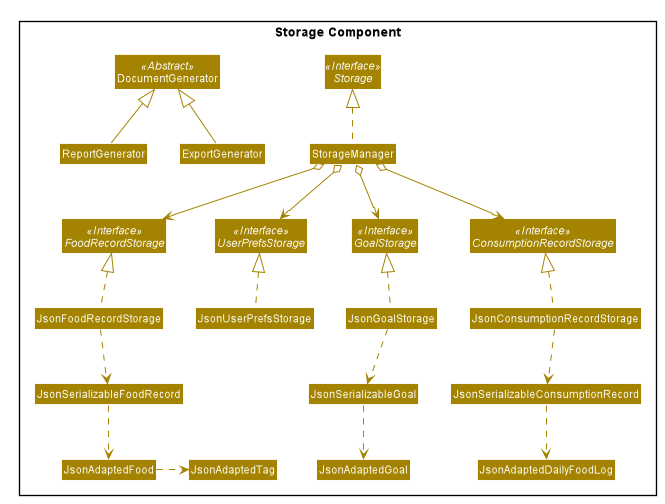
Earlier version of the PlantUML export images/StorageClassDiagram.png (AY1920S2-CS2103T-F11-1/main).
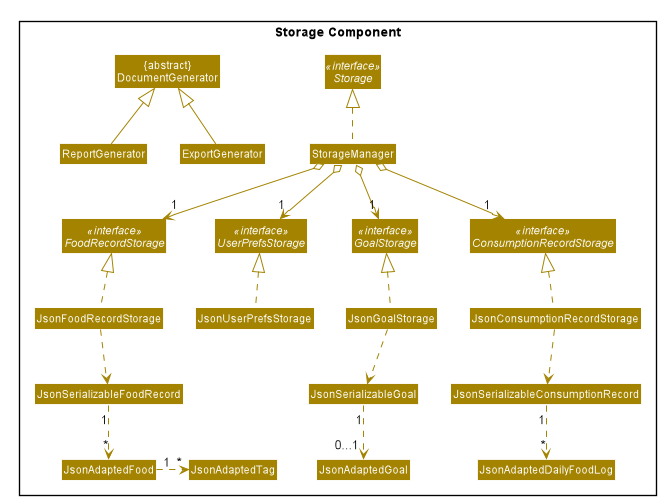
The same diagram one commit later.

Change to the diagram source:
```diff
@@ -52,13 +52,13 @@
 skinparam classBackgroundColor #A38300
 
 package "Storage Component"{
-Interface Storage <<Interface>>
-Interface FoodRecordStorage <<Interface>>
-Interface ConsumptionRecordStorage <<Interface>>
-Interface UserPrefsStorage <<Interface>>
-Interface GoalStorage <<Interface>>
+Interface Storage <<interface>>
+Interface FoodRecordStorage <<interface>>
+Interface ConsumptionRecordStorage <<interface>>
+Interface UserPrefsStorage <<interface>>
+Interface GoalStorage <<interface>>
 
-Class DocumentGenerator <<Abstract>>
+Class "{abstract}\nDocumentGenerator"
 Class ReportGenerator
 Class ExportGenerator
 Class StorageManager
@@ -74,28 +74,28 @@
 Class JsonAdaptedTag
 Class JsonAdaptedDailyFoodLog
 
-DocumentGenerator <|-- ReportGenerator
-DocumentGenerator <|-- ExportGenerator
+"{abstract}\nDocumentGenerator" <|-- ReportGenerator
+"{abstract}\nDocumentGenerator" <|-- ExportGenerator
 
 StorageManager .up.|> Storage
-StorageManager o--> UserPrefsStorage
-StorageManager o--> ConsumptionRecordStorage
-StorageManager o--> FoodRecordStorage
-StorageManager o--> GoalStorage
+StorageManager o--> "1" UserPrefsStorage
+StorageManager o--> "1" ConsumptionRecordStorage
+StorageManager o--> "1" FoodRecordStorage
+StorageManager o--> "1" GoalStorage
 
 JsonConsumptionRecordStorage .up.|> ConsumptionRecordStorage
 JsonConsumptionRecordStorage .down.> JsonSerializableConsumptionRecord
-JsonSerializableConsumptionRecord .down.> JsonAdaptedDailyFoodLog
+JsonSerializableConsumptionRecord "1" .down.> "*" JsonAdaptedDailyFoodLog
 
 JsonGoalStorage .up.|> GoalStorage
 JsonGoalStorage ..> JsonSerializableGoal
-JsonSerializableGoal ..> JsonAdaptedGoal
+JsonSerializableGoal "1" ..> "0...1" JsonAdaptedGoal
 
 JsonUserPrefsStorage .up.|> UserPrefsStorage
 
 JsonFoodRecordStorage .up.|> FoodRecordStorage
 JsonFoodRecordStorage .down.> JsonSerializableFoodRecord
-JsonSerializableFoodRecord .down.> JsonAdaptedFood
-JsonAdaptedFood .right.> JsonAdaptedTag
+JsonSerializableFoodRecord "1" .down.> "*" JsonAdaptedFood
+JsonAdaptedFood "1" .right.> "*" JsonAdaptedTag
 }
 @enduml
```
